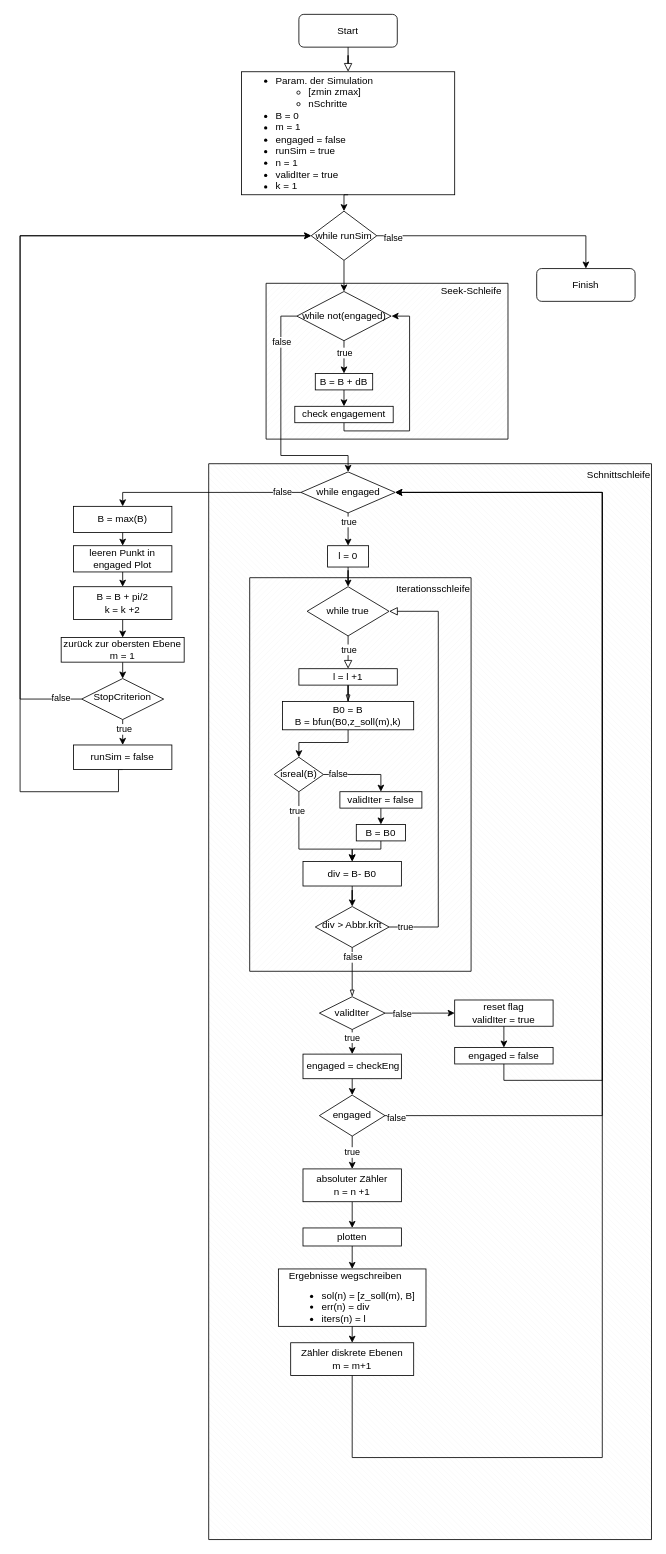
The draw.io diagram methods/vf1/vf1-flowchart.drawio in ChrisCalzolaio/ba, before the edit. Source tidied: cells renumbered, new cells numbered last; positions are measured from the earlier drawing's top-left corner, leaving out a move shared by most shapes. Both pictures are drawn from the tidied source at 82%, with x=0, y=0 at pixel (20, 14).
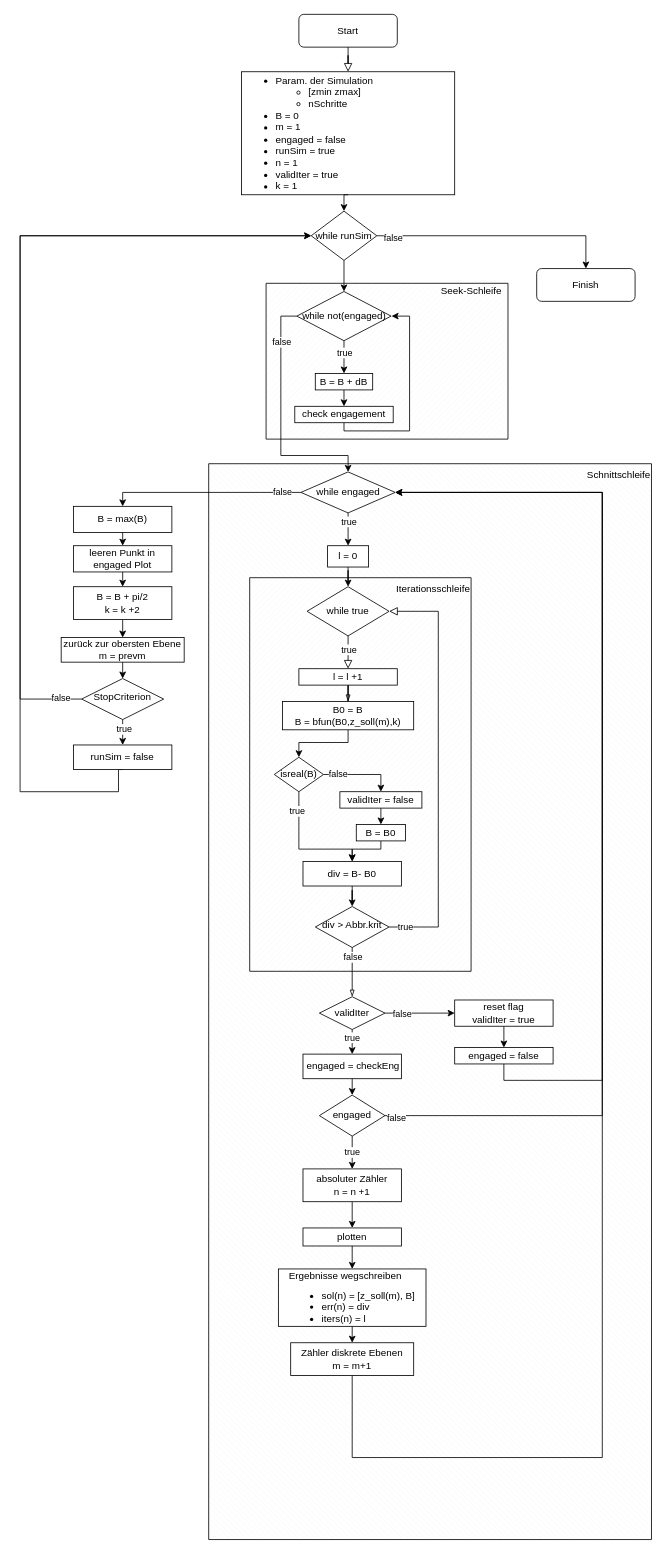
After the change.

Commit message (it also covers changes not shown here):
added current z-height detection loop

The edit, as a diff of the source:
```diff
@@
-    <mxCell id="57" value="zurück zur obersten Ebene&lt;br&gt;m = 1" style="rounded=0;whiteSpace=wrap;html=1;" parent="1" vertex="1">
+    <mxCell id="57" value="zurück zur obersten Ebene&lt;br&gt;m = prevm" style="rounded=0;whiteSpace=wrap;html=1;" parent="1" vertex="1">
       <mxGeometry x="50.1" y="760" width="150" height="30" as="geometry" />
     </mxCell>
```
